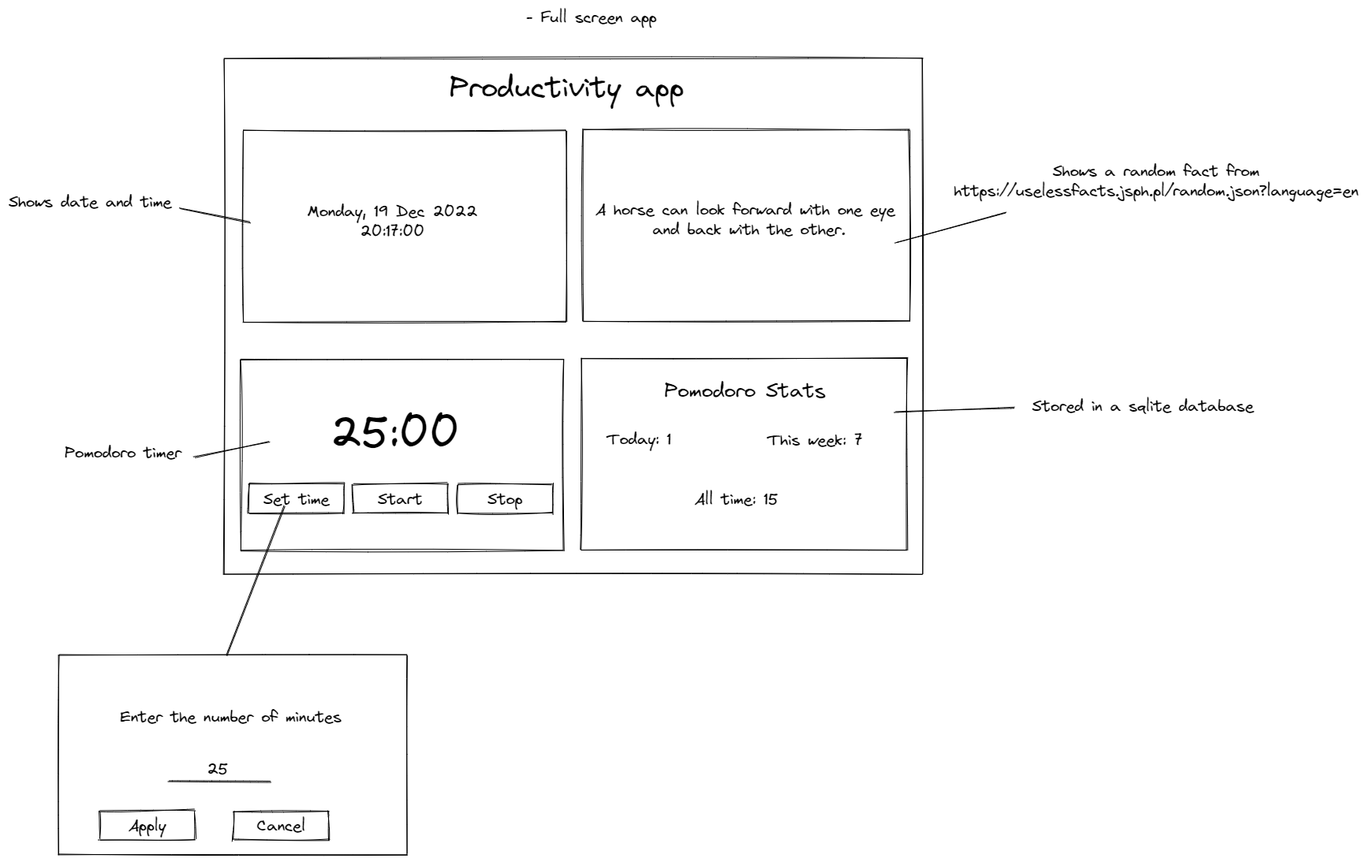
Before: structure.excalidraw.png, a diagram exported from Excalidraw (ionutvmi/golang-productivity-app). Source tidied: one line per element, renumbered; positions are measured from the earlier drawing's top-left corner, leaving out a move shared by most shapes. The source it was exported from:
```json
{"id": 0, "type": "rectangle", "strokeColor": "#000000", "strokeWidth": 1, "roughness": 1, "x": 274, "y": 64, "width": 886, "height": 654}
{"id": 1, "type": "text", "text": "Productivity app", "strokeColor": "#000000", "strokeWidth": 1, "roughness": 1, "fontSize": 37.19, "fontFamily": 1, "x": 560, "y": 79, "width": 301, "height": 46}
{"id": 2, "type": "rectangle", "strokeColor": "#000000", "strokeWidth": 1, "roughness": 1, "x": 298, "y": 155, "width": 409, "height": 243}
{"id": 3, "type": "rectangle", "strokeColor": "#000000", "strokeWidth": 1, "roughness": 1, "x": 730, "y": 154, "width": 413, "height": 243}
{"id": 4, "type": "rectangle", "strokeColor": "#000000", "strokeWidth": 1, "roughness": 1, "x": 295, "y": 445, "width": 409, "height": 243}
{"id": 5, "type": "rectangle", "strokeColor": "#000000", "strokeWidth": 1, "roughness": 1, "x": 727, "y": 444, "width": 413, "height": 243}
{"id": 6, "type": "text", "text": "- Full screen app", "strokeColor": "#000000", "strokeWidth": 1, "roughness": 1, "fontSize": 20, "fontFamily": 1, "x": 657, "y": 0, "width": 167, "height": 25}
{"id": 7, "type": "text", "text": "Monday, 19 Dec 2022\n20:17:00", "strokeColor": "#000000", "strokeWidth": 1, "roughness": 1, "fontSize": 20, "fontFamily": 1, "textAlign": "center", "x": 379, "y": 246, "width": 217, "height": 50}
{"id": 8, "type": "text", "text": "A horse can look forward with one eye \nand back with the other.", "strokeColor": "#000000", "strokeWidth": 1, "roughness": 1, "fontSize": 20, "fontFamily": 1, "textAlign": "center", "x": 744, "y": 244, "width": 391, "height": 50}
{"id": 9, "type": "text", "text": "Shows date and time", "strokeColor": "#000000", "strokeWidth": 1, "roughness": 1, "fontSize": 20, "fontFamily": 1, "textAlign": "center", "x": 0, "y": 234, "width": 208, "height": 25}
{"id": 10, "type": "line", "strokeColor": "#000000", "strokeWidth": 1, "roughness": 1, "x": 218, "y": 254, "width": 90, "height": 18, "points": [[0, 0], [90, 18]]}
{"id": 11, "type": "line", "strokeColor": "#000000", "strokeWidth": 1, "roughness": 1, "x": 1125, "y": 297, "width": 141, "height": 37, "points": [[0, 0], [141, -37]]}
{"id": 12, "type": "text", "text": "Shows a random fact from\nhttps://uselessfacts.jsph.pl/random.json?language=en", "strokeColor": "#000000", "strokeWidth": 1, "roughness": 1, "fontSize": 20, "fontFamily": 1, "textAlign": "center", "x": 1198, "y": 195, "width": 515, "height": 50}
{"id": 13, "type": "text", "text": "25:00", "strokeColor": "#000000", "strokeWidth": 1, "roughness": 1, "fontSize": 55.82, "fontFamily": 1, "textAlign": "center", "x": 406, "y": 506, "width": 170, "height": 70}
{"id": 14, "type": "rectangle", "strokeColor": "#000000", "strokeWidth": 1, "roughness": 1, "x": 305, "y": 604, "width": 120, "height": 37}
{"id": 15, "type": "text", "text": "Set time", "strokeColor": "#000000", "strokeWidth": 1, "roughness": 1, "fontSize": 20, "fontFamily": 1, "textAlign": "center", "verticalAlign": "middle", "inside": 14, "x": 323, "y": 609, "width": 86, "height": 27}
{"id": 16, "type": "rectangle", "strokeColor": "#000000", "strokeWidth": 1, "roughness": 1, "x": 437, "y": 604, "width": 120, "height": 37}
{"id": 17, "type": "text", "text": "Start", "strokeColor": "#000000", "strokeWidth": 1, "roughness": 1, "fontSize": 20, "fontFamily": 1, "textAlign": "center", "verticalAlign": "middle", "inside": 16, "x": 468, "y": 609, "width": 59, "height": 27}
{"id": 18, "type": "rectangle", "strokeColor": "#000000", "strokeWidth": 1, "roughness": 1, "x": 570, "y": 604, "width": 120, "height": 37}
{"id": 19, "type": "text", "text": "Stop", "strokeColor": "#000000", "strokeWidth": 1, "roughness": 1, "fontSize": 20, "fontFamily": 1, "textAlign": "center", "verticalAlign": "middle", "inside": 18, "x": 607, "y": 609, "width": 46, "height": 27}
{"id": 20, "type": "line", "strokeColor": "#000000", "strokeWidth": 1, "roughness": 1, "x": 332, "y": 550, "width": 96, "height": 20, "points": [[0, 0], [-96, 20]]}
{"id": 21, "type": "text", "text": "Pomodoro timer", "strokeColor": "#000000", "strokeWidth": 1, "roughness": 1, "fontSize": 20, "fontFamily": 1, "textAlign": "center", "x": 71, "y": 552, "width": 150, "height": 25}
{"id": 22, "type": "rectangle", "strokeColor": "#000000", "strokeWidth": 1, "roughness": 1, "x": 64, "y": 821, "width": 443, "height": 253}
{"id": 23, "type": "text", "text": "Enter the number of minutes", "strokeColor": "#000000", "strokeWidth": 1, "roughness": 1, "fontSize": 20, "fontFamily": 1, "textAlign": "center", "x": 142, "y": 887, "width": 282, "height": 25}
{"id": 24, "type": "line", "strokeColor": "#000000", "strokeWidth": 1, "roughness": 1, "x": 204, "y": 981, "width": 129, "height": 0, "points": [[0, 0], [129, 0]]}
{"id": 25, "type": "text", "text": "25", "strokeColor": "#000000", "strokeWidth": 1, "roughness": 1, "fontSize": 20, "fontFamily": 1, "textAlign": "center", "x": 251, "y": 953, "width": 29, "height": 25}
{"id": 26, "type": "rectangle", "strokeColor": "#000000", "strokeWidth": 1, "roughness": 1, "x": 116, "y": 1018, "width": 120, "height": 37}
{"id": 27, "type": "text", "text": "Apply", "strokeColor": "#000000", "strokeWidth": 1, "roughness": 1, "fontSize": 20, "fontFamily": 1, "textAlign": "center", "verticalAlign": "middle", "inside": 26, "x": 152, "y": 1023, "width": 49, "height": 27}
{"id": 28, "type": "rectangle", "strokeColor": "#000000", "strokeWidth": 1, "roughness": 1, "x": 286, "y": 1018, "width": 120, "height": 37}
{"id": 29, "type": "text", "text": "Cancel", "strokeColor": "#000000", "strokeWidth": 1, "roughness": 1, "fontSize": 20, "fontFamily": 1, "textAlign": "center", "verticalAlign": "middle", "inside": 28, "x": 314, "y": 1023, "width": 64, "height": 27}
{"id": 30, "type": "line", "strokeColor": "#000000", "strokeWidth": 1, "roughness": 1, "x": 351, "y": 632, "width": 73, "height": 189, "points": [[0, 0], [-73, 189]]}
{"id": 31, "type": "text", "text": "Pomodoro Stats", "strokeColor": "#000000", "strokeWidth": 1, "roughness": 1, "fontSize": 25.73, "fontFamily": 1, "textAlign": "center", "x": 831, "y": 470, "width": 207, "height": 32}
{"id": 32, "type": "text", "text": "Today: 1", "strokeColor": "#000000", "strokeWidth": 1, "roughness": 1, "fontSize": 20, "fontFamily": 1, "textAlign": "center", "x": 758, "y": 535, "width": 84, "height": 25}
{"id": 33, "type": "text", "text": "This week: 7", "strokeColor": "#000000", "strokeWidth": 1, "roughness": 1, "fontSize": 20, "fontFamily": 1, "textAlign": "center", "x": 962, "y": 536, "width": 123, "height": 25}
{"id": 34, "type": "text", "text": "All time: 15", "strokeColor": "#000000", "strokeWidth": 1, "roughness": 1, "fontSize": 20, "fontFamily": 1, "textAlign": "center", "x": 869, "y": 611, "width": 108, "height": 25}
{"id": 35, "type": "line", "strokeColor": "#000000", "strokeWidth": 1, "roughness": 1, "x": 1124, "y": 513, "width": 151, "height": 7, "points": [[0, 0], [151, -7]]}
{"id": 36, "type": "text", "text": "Stored in a sqlite database", "strokeColor": "#000000", "strokeWidth": 1, "roughness": 1, "fontSize": 20, "fontFamily": 1, "textAlign": "center", "x": 1297, "y": 493, "width": 283, "height": 25}
```
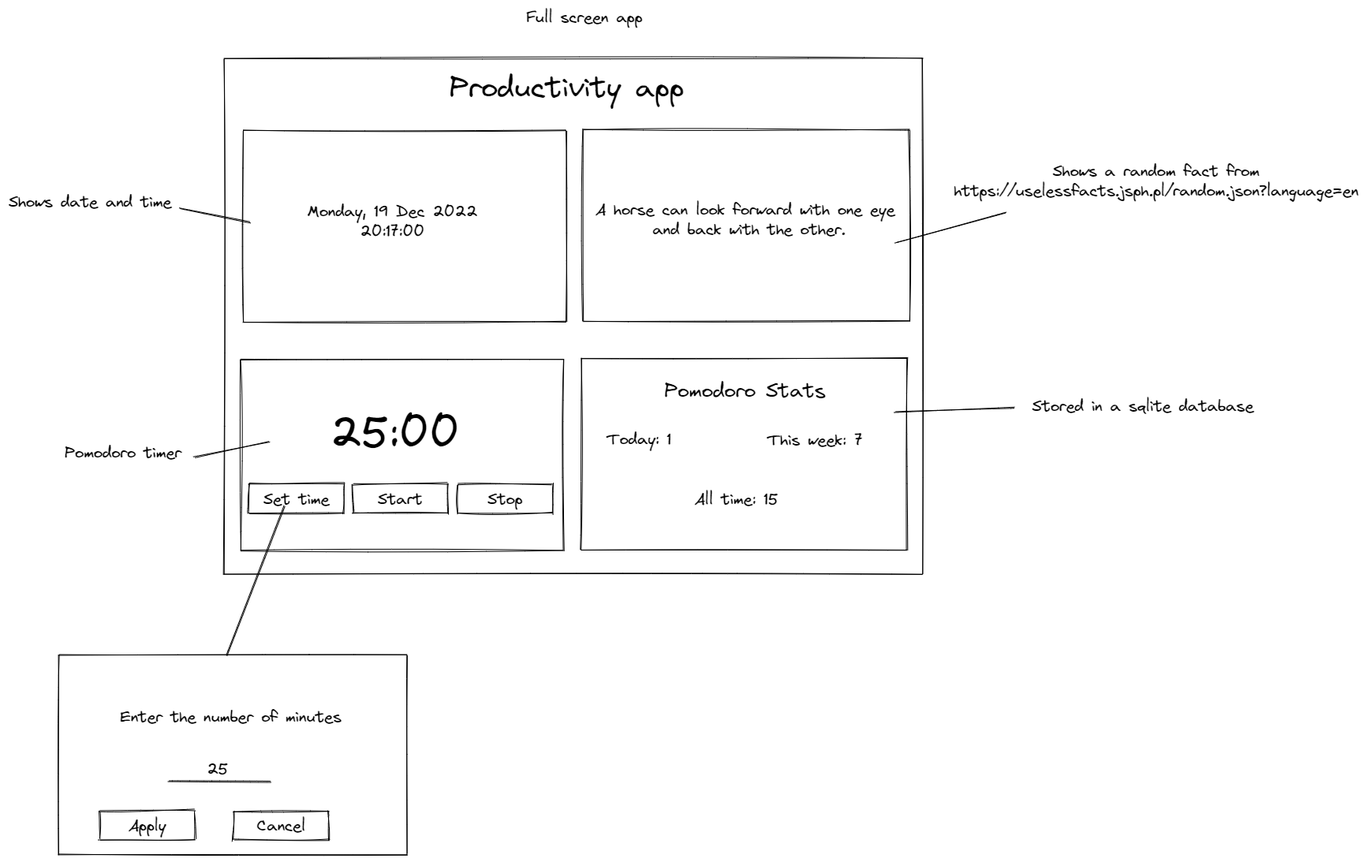
The same diagram one commit later.

Diff of the diagram source:
```diff
@@ -4,7 +4,7 @@
 {"id": 3, "type": "rectangle", "strokeColor": "#000000", "strokeWidth": 1, "roughness": 1, "x": 730, "y": 154, "width": 413, "height": 243}
 {"id": 4, "type": "rectangle", "strokeColor": "#000000", "strokeWidth": 1, "roughness": 1, "x": 295, "y": 445, "width": 409, "height": 243}
 {"id": 5, "type": "rectangle", "strokeColor": "#000000", "strokeWidth": 1, "roughness": 1, "x": 727, "y": 444, "width": 413, "height": 243}
-{"id": 6, "type": "text", "text": "- Full screen app", "strokeColor": "#000000", "strokeWidth": 1, "roughness": 1, "fontSize": 20, "fontFamily": 1, "x": 657, "y": 0, "width": 167, "height": 25}
+{"id": 6, "type": "text", "text": "Full screen app", "strokeColor": "#000000", "strokeWidth": 1, "roughness": 1, "fontSize": 20, "fontFamily": 1, "x": 657, "y": 0, "width": 149, "height": 25}
 {"id": 7, "type": "text", "text": "Monday, 19 Dec 2022\n20:17:00", "strokeColor": "#000000", "strokeWidth": 1, "roughness": 1, "fontSize": 20, "fontFamily": 1, "textAlign": "center", "x": 379, "y": 246, "width": 217, "height": 50}
 {"id": 8, "type": "text", "text": "A horse can look forward with one eye \nand back with the other.", "strokeColor": "#000000", "strokeWidth": 1, "roughness": 1, "fontSize": 20, "fontFamily": 1, "textAlign": "center", "x": 744, "y": 244, "width": 391, "height": 50}
 {"id": 9, "type": "text", "text": "Shows date and time", "strokeColor": "#000000", "strokeWidth": 1, "roughness": 1, "fontSize": 20, "fontFamily": 1, "textAlign": "center", "x": 0, "y": 234, "width": 208, "height": 25}
```
